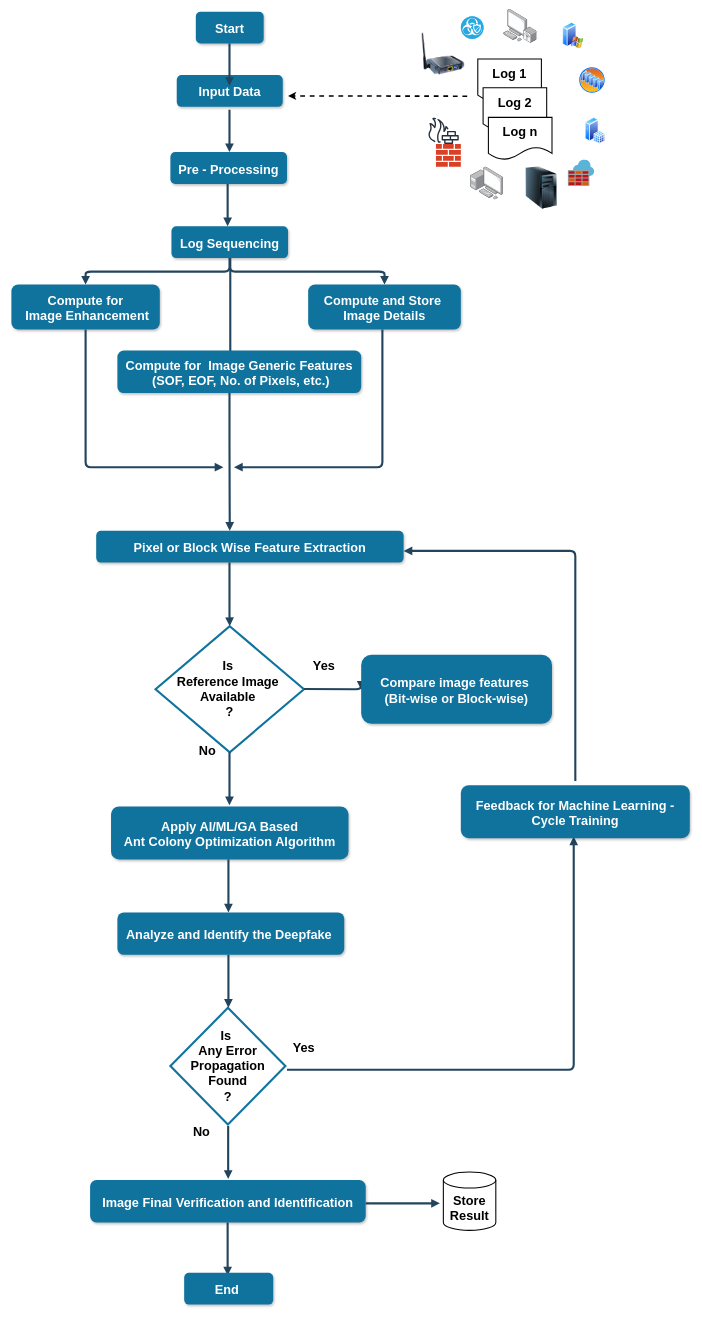
Before: Figure 2.drawio in Sjbill/Vishal-Deepfake-Dataset, a draw.io diagram. Source tidied: cells renumbered, new cells numbered last; positions are measured from the earlier drawing's top-left corner, leaving out a move shared by most shapes. Both pictures are drawn from the tidied source at 53%, with x=0, y=0 at pixel (11, 9).
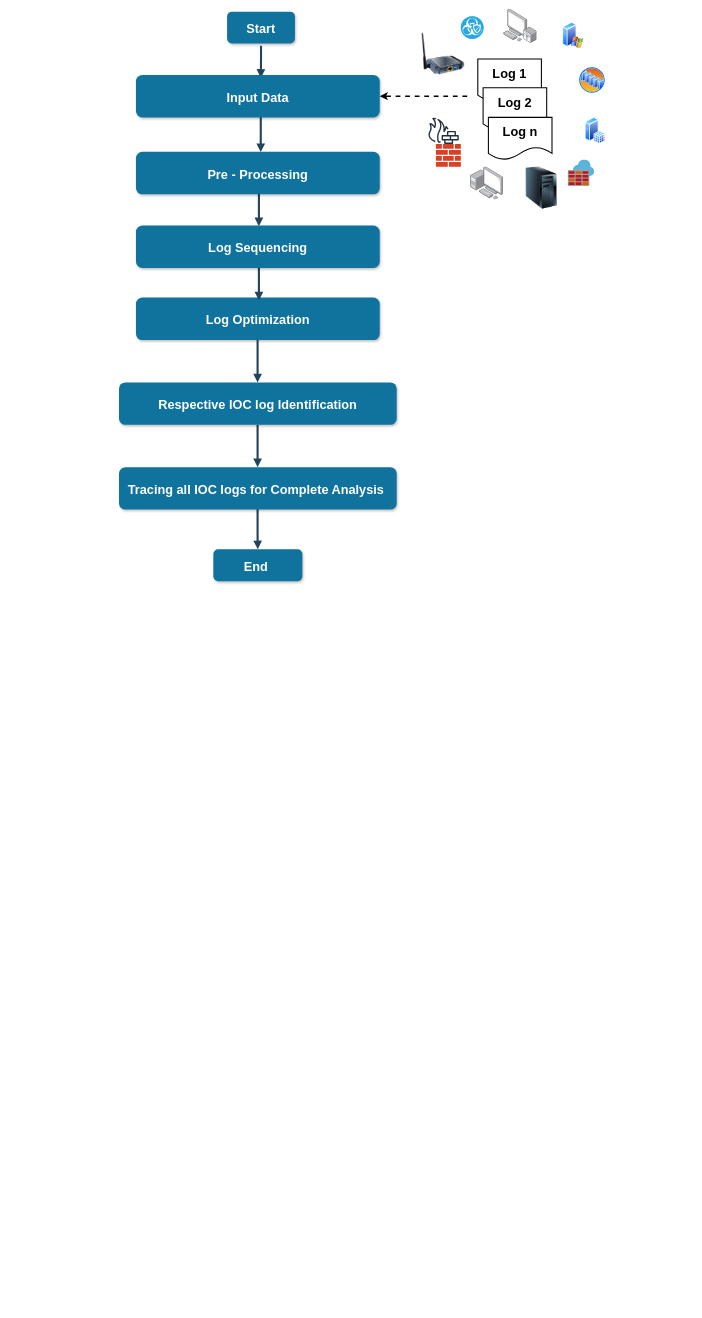
The same diagram, later.

What changed in the source:
```diff
@@
-    <mxCell id="2" value="Pre - Processing" style="rounded=1;fillColor=#10739E;strokeColor=none;shadow=1;gradientColor=none;fontStyle=1;fontColor=#FFFFFF;fontSize=24;" parent="1" vertex="1">
-      <mxGeometry x="300" y="269.5" width="220" height="60" as="geometry" />
-    </mxCell>
-    <mxCell id="3" value="Log Sequencing" style="rounded=1;fillColor=#10739E;strokeColor=none;shadow=1;gradientColor=none;fontStyle=1;fontColor=#FFFFFF;fontSize=24;" parent="1" vertex="1">
-      <mxGeometry x="302" y="409.5" width="220" height="60" as="geometry" />
-    </mxCell>
-    <mxCell id="4" value="Compute for&#10; Image Enhancement" style="rounded=1;fillColor=#10739E;strokeColor=none;shadow=1;gradientColor=none;fontStyle=1;fontColor=#FFFFFF;fontSize=24;" parent="1" vertex="1">
-      <mxGeometry y="519.5" width="280" height="84.5" as="geometry" />
-    </mxCell>
-    <mxCell id="5" value="Compute and Store &#10;Image Details" style="rounded=1;fillColor=#10739E;strokeColor=none;shadow=1;gradientColor=none;fontStyle=1;fontColor=#FFFFFF;fontSize=24;" parent="1" vertex="1">
-      <mxGeometry x="560" y="519.5" width="288" height="84.5" as="geometry" />
-    </mxCell>
-    <mxCell id="6" style="edgeStyle=elbowEdgeStyle;elbow=vertical;strokeWidth=4;endArrow=block;endFill=1;fontStyle=1;strokeColor=#23445D;fontSize=24;" parent="1" edge="1" source="3" target="5">
-      <mxGeometry x="22" y="165.5" as="geometry" />
-    </mxCell>
-    <mxCell id="7" style="edgeStyle=elbowEdgeStyle;elbow=vertical;strokeWidth=4;endArrow=block;endFill=1;fontStyle=1;strokeColor=#23445D;fontSize=24;" parent="1" edge="1">
-      <mxGeometry x="22" y="165.5" as="geometry">
-        <mxPoint x="413" y="469.5" as="sourcePoint" />
-        <mxPoint x="413" y="664" as="targetPoint" />
-        <Array as="points">
-          <mxPoint x="293" y="619.5" />
-        </Array>
-      </mxGeometry>
-    </mxCell>
@@
-    <mxCell id="10" style="endArrow=classic;html=1;rounded=0;entryX=1;entryY=0.5;entryDx=0;entryDy=0;dashed=1;strokeWidth=3;fontSize=24;" parent="1" edge="1">
+    <mxCell id="10" style="endArrow=classic;html=1;rounded=0;dashed=1;strokeWidth=3;fontSize=24;entryX=1;entryY=0.5;entryDx=0;entryDy=0;" parent="1" edge="1" target="11">
       <mxGeometry relative="1" as="geometry">
         <mxPoint x="860" y="164" as="sourcePoint" />
-        <mxPoint x="522" y="163.5" as="targetPoint" />
       </mxGeometry>
     </mxCell>
-    <mxCell id="11" value="Input Data" style="rounded=1;fillColor=#10739E;strokeColor=none;shadow=1;gradientColor=none;fontStyle=1;fontColor=#FFFFFF;fontSize=24;" parent="1" vertex="1">
-      <mxGeometry x="312" y="124" width="200" height="60" as="geometry" />
-    </mxCell>
     <mxCell id="12" style="edgeStyle=elbowEdgeStyle;elbow=vertical;strokeWidth=4;endArrow=block;endFill=1;fontStyle=1;strokeColor=#23445D;fontSize=24;" parent="1" edge="1">
       <mxGeometry x="22" y="165.5" as="geometry">
-        <mxPoint x="411.5" y="189.5" as="sourcePoint" />
-        <mxPoint x="411.5" y="269.5" as="targetPoint" />
+        <mxPoint x="470.5" y="189.5" as="sourcePoint" />
+        <mxPoint x="470.5" y="269.5" as="targetPoint" />
       </mxGeometry>
     </mxCell>
     <mxCell id="13" value="Start" style="rounded=1;fillColor=#10739E;strokeColor=none;shadow=1;gradientColor=none;fontStyle=1;fontColor=#FFFFFF;fontSize=24;" parent="1" vertex="1">
-      <mxGeometry x="348" y="4.5" width="128" height="60" as="geometry" />
+      <mxGeometry x="407" y="4.5" width="128" height="60" as="geometry" />
     </mxCell>
     <mxCell id="14" style="edgeStyle=elbowEdgeStyle;elbow=vertical;strokeWidth=4;endArrow=block;endFill=1;fontStyle=1;strokeColor=#23445D;fontSize=24;" parent="1" edge="1">
       <mxGeometry x="22" y="165.5" as="geometry">
-        <mxPoint x="411.5" y="64.5" as="sourcePoint" />
-        <mxPoint x="411.5" y="144.5" as="targetPoint" />
+        <mxPoint x="471" y="69" as="sourcePoint" />
+        <mxPoint x="470.5" y="129.5" as="targetPoint" />
       </mxGeometry>
     </mxCell>
-    <mxCell id="15" style="edgeStyle=elbowEdgeStyle;elbow=vertical;strokeWidth=4;endArrow=block;endFill=1;fontStyle=1;strokeColor=#23445D;entryX=0.5;entryY=0;entryDx=0;entryDy=0;exitX=0.5;exitY=1;exitDx=0;exitDy=0;fontSize=24;" parent="1" edge="1" source="3" target="4">
-      <mxGeometry x="22" y="165.5" as="geometry" />
-    </mxCell>
-    <mxCell id="16" value="Compute for  Image Generic Features&#10; (SOF, EOF, No. of Pixels, etc.)" style="rounded=1;fillColor=#10739E;strokeColor=none;shadow=1;gradientColor=none;fontStyle=1;fontColor=#FFFFFF;fontSize=24;" parent="1" vertex="1">
-      <mxGeometry x="200" y="644" width="460" height="80" as="geometry" />
+    <mxCell id="16" value="Log Optimization" style="rounded=1;fillColor=#10739E;strokeColor=none;shadow=1;gradientColor=none;fontStyle=1;fontColor=#FFFFFF;fontSize=24;" parent="1" vertex="1">
+      <mxGeometry x="235" y="544" width="460" height="80" as="geometry" />
     </mxCell>
-    <mxCell id="17" style="edgeStyle=elbowEdgeStyle;elbow=vertical;strokeWidth=4;endArrow=block;endFill=1;fontStyle=1;strokeColor=#23445D;fontSize=24;" parent="1" edge="1">
-      <mxGeometry x="22" y="165.5" as="geometry">
-        <mxPoint x="140" y="604" as="sourcePoint" />
-        <mxPoint x="400" y="864" as="targetPoint" />
-        <Array as="points">
-          <mxPoint x="220" y="864" />
-        </Array>
-      </mxGeometry>
-    </mxCell>
-    <mxCell id="18" style="edgeStyle=elbowEdgeStyle;elbow=vertical;strokeWidth=4;endArrow=block;endFill=1;fontStyle=1;strokeColor=#23445D;fontSize=24;" parent="1" edge="1">
-      <mxGeometry x="22" y="165.5" as="geometry">
-        <mxPoint x="411.5" y="724" as="sourcePoint" />
-        <mxPoint x="412" y="984" as="targetPoint" />
-        <Array as="points">
-          <mxPoint x="400" y="824" />
-        </Array>
-      </mxGeometry>
-    </mxCell>
-    <mxCell id="19" style="edgeStyle=elbowEdgeStyle;elbow=vertical;strokeWidth=4;endArrow=block;endFill=1;fontStyle=1;strokeColor=#23445D;fontSize=24;" parent="1" edge="1">
-      <mxGeometry x="22" y="165.5" as="geometry">
-        <mxPoint x="700" y="604" as="sourcePoint" />
-        <mxPoint x="420" y="864" as="targetPoint" />
-        <Array as="points">
-          <mxPoint x="778" y="864" />
-        </Array>
-      </mxGeometry>
-    </mxCell>
-    <mxCell id="20" value="Pixel or Block Wise Feature Extraction" style="rounded=1;fillColor=#10739E;strokeColor=none;shadow=1;gradientColor=none;fontStyle=1;fontColor=#FFFFFF;fontSize=24;" parent="1" vertex="1">
-      <mxGeometry x="160" y="984" width="580" height="60" as="geometry" />
-    </mxCell>
     <mxCell id="21" style="edgeStyle=elbowEdgeStyle;elbow=vertical;strokeWidth=4;endArrow=block;endFill=1;fontStyle=1;strokeColor=#23445D;fontSize=24;" parent="1" edge="1">
       <mxGeometry x="22" y="165.5" as="geometry">
-        <mxPoint x="411.5" y="1044" as="sourcePoint" />
-        <mxPoint x="412" y="1164" as="targetPoint" />
+        <mxPoint x="464.5" y="899" as="sourcePoint" />
+        <mxPoint x="465" y="1019" as="targetPoint" />
         <Array as="points">
-          <mxPoint x="400" y="1144" />
+          <mxPoint x="453" y="999" />
         </Array>
       </mxGeometry>
     </mxCell>
-    <mxCell id="22" value="&lt;b style=&quot;font-size: 24px;&quot;&gt;Is&amp;nbsp;&lt;/b&gt;&lt;div style=&quot;font-size: 24px;&quot;&gt;&lt;b style=&quot;font-size: 24px;&quot;&gt;Reference Image&amp;nbsp;&lt;/b&gt;&lt;/div&gt;&lt;div style=&quot;font-size: 24px;&quot;&gt;&lt;b style=&quot;font-size: 24px;&quot;&gt;Available&amp;nbsp;&lt;/b&gt;&lt;/div&gt;&lt;div style=&quot;font-size: 24px;&quot;&gt;&lt;b style=&quot;font-size: 24px;&quot;&gt;?&lt;/b&gt;&lt;/div&gt;" style="rhombus;whiteSpace=wrap;html=1;strokeWidth=4;strokeColor=#10739E;fontSize=24;" parent="1" vertex="1">
-      <mxGeometry x="272" y="1164" width="280" height="238" as="geometry" />
-    </mxCell>
-    <mxCell id="23" style="edgeStyle=elbowEdgeStyle;elbow=vertical;strokeWidth=4;endArrow=block;endFill=1;fontStyle=1;strokeColor=#23445D;fontSize=24;" parent="1" edge="1">
-      <mxGeometry x="22" y="165.5" as="geometry">
-        <mxPoint x="552" y="1282.5" as="sourcePoint" />
-        <mxPoint x="660" y="1284" as="targetPoint" />
-      </mxGeometry>
-    </mxCell>
-    <mxCell id="24" value="Compare image features &#10;(Bit-wise or Block-wise)" style="rounded=1;fillColor=#10739E;strokeColor=none;shadow=1;gradientColor=none;fontStyle=1;fontColor=#FFFFFF;fontSize=24;" parent="1" vertex="1">
-      <mxGeometry x="660" y="1218" width="360" height="130" as="geometry" />
-    </mxCell>
-    <mxCell id="25" value="&lt;b style=&quot;font-size: 24px;&quot;&gt;Yes&lt;/b&gt;" style="text;html=1;align=center;verticalAlign=middle;whiteSpace=wrap;rounded=0;fontSize=24;" parent="1" vertex="1">
-      <mxGeometry x="560" y="1224" width="60" height="30" as="geometry" />
-    </mxCell>
-    <mxCell id="26" style="edgeStyle=elbowEdgeStyle;elbow=vertical;strokeWidth=4;endArrow=block;endFill=1;fontStyle=1;strokeColor=#23445D;fontSize=24;" parent="1" edge="1">
-      <mxGeometry x="22" y="165.5" as="geometry">
-        <mxPoint x="411.5" y="1402" as="sourcePoint" />
-        <mxPoint x="411.5" y="1502" as="targetPoint" />
-      </mxGeometry>
-    </mxCell>
-    <mxCell id="27" value="&lt;b style=&quot;font-size: 24px;&quot;&gt;No&lt;/b&gt;" style="text;html=1;align=center;verticalAlign=middle;whiteSpace=wrap;rounded=0;fontSize=24;" parent="1" vertex="1">
-      <mxGeometry x="340" y="1384" width="60" height="30" as="geometry" />
-    </mxCell>
-    <mxCell id="28" value="Apply AI/ML/GA Based&#10;Ant Colony Optimization Algorithm" style="rounded=1;fillColor=#10739E;strokeColor=none;shadow=1;gradientColor=none;fontStyle=1;fontColor=#FFFFFF;fontSize=24;" parent="1" vertex="1">
-      <mxGeometry x="188" y="1504" width="448" height="100" as="geometry" />
-    </mxCell>
-    <mxCell id="29" style="edgeStyle=elbowEdgeStyle;elbow=vertical;strokeWidth=4;endArrow=block;endFill=1;fontStyle=1;strokeColor=#23445D;fontSize=24;" parent="1" edge="1">
-      <mxGeometry x="22" y="165.5" as="geometry">
-        <mxPoint x="409.5" y="1604" as="sourcePoint" />
-        <mxPoint x="409.5" y="1704" as="targetPoint" />
-      </mxGeometry>
-    </mxCell>
-    <mxCell id="30" value="Analyze and Identify the Deepfake " style="rounded=1;fillColor=#10739E;strokeColor=none;shadow=1;gradientColor=none;fontStyle=1;fontColor=#FFFFFF;fontSize=24;" parent="1" vertex="1">
-      <mxGeometry x="200" y="1704" width="428" height="80" as="geometry" />
-    </mxCell>
-    <mxCell id="31" value="&lt;b style=&quot;font-size: 24px;&quot;&gt;Is&amp;nbsp;&lt;/b&gt;&lt;div style=&quot;font-size: 24px;&quot;&gt;&lt;b style=&quot;font-size: 24px;&quot;&gt;Any Error Propagation&lt;/b&gt;&lt;/div&gt;&lt;div style=&quot;font-size: 24px;&quot;&gt;&lt;b style=&quot;font-size: 24px;&quot;&gt;Found&lt;/b&gt;&lt;/div&gt;&lt;div style=&quot;font-size: 24px;&quot;&gt;&lt;b style=&quot;font-size: 24px;&quot;&gt;?&lt;/b&gt;&lt;/div&gt;" style="rhombus;whiteSpace=wrap;html=1;strokeWidth=4;strokeColor=#10739E;fontSize=24;" parent="1" vertex="1">
-      <mxGeometry x="300" y="1884" width="217" height="220" as="geometry" />
-    </mxCell>
-    <mxCell id="32" style="edgeStyle=elbowEdgeStyle;elbow=vertical;strokeWidth=4;endArrow=block;endFill=1;fontStyle=1;strokeColor=#23445D;fontSize=24;" parent="1" edge="1">
-      <mxGeometry x="22" y="165.5" as="geometry">
-        <mxPoint x="409" y="2107" as="sourcePoint" />
-        <mxPoint x="409" y="2207" as="targetPoint" />
-      </mxGeometry>
-    </mxCell>
-    <mxCell id="33" style="edgeStyle=elbowEdgeStyle;elbow=vertical;strokeWidth=4;endArrow=block;endFill=1;fontStyle=1;strokeColor=#23445D;fontSize=24;" parent="1" edge="1">
-      <mxGeometry x="22" y="165.5" as="geometry">
-        <mxPoint x="409.5" y="1784" as="sourcePoint" />
-        <mxPoint x="409.5" y="1884" as="targetPoint" />
-      </mxGeometry>
-    </mxCell>
-    <mxCell id="34" value="&lt;b style=&quot;font-size: 24px;&quot;&gt;Yes&lt;/b&gt;" style="text;html=1;align=center;verticalAlign=middle;whiteSpace=wrap;rounded=0;fontSize=24;" parent="1" vertex="1">
-      <mxGeometry x="522" y="1944" width="60" height="30" as="geometry" />
-    </mxCell>
-    <mxCell id="35" value="&lt;b style=&quot;font-size: 24px;&quot;&gt;No&lt;/b&gt;" style="text;html=1;align=center;verticalAlign=middle;whiteSpace=wrap;rounded=0;fontSize=24;" parent="1" vertex="1">
-      <mxGeometry x="329" y="2104" width="60" height="30" as="geometry" />
-    </mxCell>
-    <mxCell id="36" style="edgeStyle=elbowEdgeStyle;elbow=vertical;strokeWidth=4;endArrow=block;endFill=1;fontStyle=1;strokeColor=#23445D;entryX=0.5;entryY=1;entryDx=0;entryDy=0;fontSize=24;" parent="1" edge="1">
-      <mxGeometry x="22" y="165.5" as="geometry">
-        <mxPoint x="520" y="2001" as="sourcePoint" />
-        <mxPoint x="1061" y="1561" as="targetPoint" />
-        <Array as="points">
-          <mxPoint x="797" y="2001" />
-        </Array>
-      </mxGeometry>
-    </mxCell>
-    <mxCell id="37" value="Feedback for Machine Learning -&#10; Cycle Training " style="rounded=1;fillColor=#10739E;strokeColor=none;shadow=1;gradientColor=none;fontStyle=1;fontColor=#FFFFFF;fontSize=24;" parent="1" vertex="1">
-      <mxGeometry x="848" y="1464" width="432" height="100" as="geometry" />
-    </mxCell>
-    <mxCell id="38" style="edgeStyle=elbowEdgeStyle;elbow=vertical;strokeWidth=4;endArrow=block;endFill=1;fontStyle=1;strokeColor=#23445D;fontSize=24;" parent="1" edge="1">
-      <mxGeometry x="22" y="165.5" as="geometry">
-        <mxPoint x="1064" y="1456" as="sourcePoint" />
-        <mxPoint x="740" y="1022" as="targetPoint" />
-        <Array as="points">
-          <mxPoint x="856" y="1022" />
-        </Array>
-      </mxGeometry>
-    </mxCell>
-    <mxCell id="39" value="Image Final Verification and Identification" style="rounded=1;fillColor=#10739E;strokeColor=none;shadow=1;gradientColor=none;fontStyle=1;fontColor=#FFFFFF;fontSize=24;" parent="1" vertex="1">
-      <mxGeometry x="148.5" y="2209" width="520" height="80" as="geometry" />
-    </mxCell>
-    <mxCell id="40" style="edgeStyle=elbowEdgeStyle;elbow=vertical;strokeWidth=4;endArrow=block;endFill=1;fontStyle=1;strokeColor=#23445D;fontSize=24;" parent="1" edge="1">
-      <mxGeometry x="22" y="165.5" as="geometry">
-        <mxPoint x="668.5" y="2253" as="sourcePoint" />
-        <mxPoint x="808.5" y="2253" as="targetPoint" />
-      </mxGeometry>
-    </mxCell>
-    <mxCell id="41" value="&lt;b style=&quot;font-size: 24px;&quot;&gt;Store Result&lt;/b&gt;" style="shape=cylinder3;whiteSpace=wrap;html=1;boundedLbl=1;backgroundOutline=1;size=15;strokeWidth=2;fontSize=24;" parent="1" vertex="1">
-      <mxGeometry x="815" y="2194" width="99" height="110" as="geometry" />
-    </mxCell>
-    <mxCell id="42" style="edgeStyle=elbowEdgeStyle;elbow=vertical;strokeWidth=4;endArrow=block;endFill=1;fontStyle=1;strokeColor=#23445D;fontSize=24;" parent="1" edge="1">
-      <mxGeometry x="22" y="165.5" as="geometry">
-        <mxPoint x="408" y="2289" as="sourcePoint" />
-        <mxPoint x="408" y="2389" as="targetPoint" />
-      </mxGeometry>
-    </mxCell>
     <mxCell id="43" value="End " style="rounded=1;fillColor=#10739E;strokeColor=none;shadow=1;gradientColor=none;fontStyle=1;fontColor=#FFFFFF;fontSize=24;" parent="1" vertex="1">
-      <mxGeometry x="326" y="2384" width="168" height="60" as="geometry" />
+      <mxGeometry x="381" y="1019" width="168" height="60" as="geometry" />
     </mxCell>
@@
     <mxCell id="56" style="edgeStyle=elbowEdgeStyle;elbow=vertical;strokeWidth=4;endArrow=block;endFill=1;fontStyle=1;strokeColor=#23445D;fontSize=24;" parent="1" edge="1">
       <mxGeometry x="22" y="165.5" as="geometry">
-        <mxPoint x="408" y="329.5" as="sourcePoint" />
-        <mxPoint x="408" y="409.5" as="targetPoint" />
+        <mxPoint x="467" y="329.5" as="sourcePoint" />
+        <mxPoint x="467" y="409.5" as="targetPoint" />
       </mxGeometry>
     </mxCell>
+    <mxCell id="57" style="edgeStyle=elbowEdgeStyle;elbow=vertical;strokeWidth=4;endArrow=block;endFill=1;fontStyle=1;strokeColor=#23445D;fontSize=24;" parent="1" edge="1">
+      <mxGeometry x="22" y="165.5" as="geometry">
+        <mxPoint x="467" y="469.5" as="sourcePoint" />
+        <mxPoint x="467" y="549.5" as="targetPoint" />
+      </mxGeometry>
+    </mxCell>
+    <mxCell id="58" style="edgeStyle=elbowEdgeStyle;elbow=vertical;strokeWidth=4;endArrow=block;endFill=1;fontStyle=1;strokeColor=#23445D;fontSize=24;" parent="1" edge="1">
+      <mxGeometry x="22" y="165.5" as="geometry">
+        <mxPoint x="464.5" y="624" as="sourcePoint" />
+        <mxPoint x="464.5" y="704" as="targetPoint" />
+      </mxGeometry>
+    </mxCell>
+    <mxCell id="59" style="edgeStyle=elbowEdgeStyle;elbow=vertical;strokeWidth=4;endArrow=block;endFill=1;fontStyle=1;strokeColor=#23445D;fontSize=24;" parent="1" edge="1">
+      <mxGeometry x="22" y="165.5" as="geometry">
+        <mxPoint x="464.5" y="784" as="sourcePoint" />
+        <mxPoint x="464.5" y="864" as="targetPoint" />
+      </mxGeometry>
+    </mxCell>
+    <mxCell id="60" value="Tracing all IOC logs for Complete Analysis " style="rounded=1;fillColor=#10739E;strokeColor=none;shadow=1;gradientColor=none;fontStyle=1;fontColor=#FFFFFF;fontSize=24;" parent="1" vertex="1">
+      <mxGeometry x="203" y="864" width="524" height="80" as="geometry" />
+    </mxCell>
+    <mxCell id="61" value="Respective IOC log Identification" style="rounded=1;fillColor=#10739E;strokeColor=none;shadow=1;gradientColor=none;fontStyle=1;fontColor=#FFFFFF;fontSize=24;" parent="1" vertex="1">
+      <mxGeometry x="203" y="704" width="524" height="80" as="geometry" />
+    </mxCell>
+    <mxCell id="3" value="Log Sequencing" style="rounded=1;fillColor=#10739E;strokeColor=none;shadow=1;gradientColor=none;fontStyle=1;fontColor=#FFFFFF;fontSize=24;" parent="1" vertex="1">
+      <mxGeometry x="235" y="408" width="460" height="80" as="geometry" />
+    </mxCell>
+    <mxCell id="2" value="Pre - Processing" style="rounded=1;fillColor=#10739E;strokeColor=none;shadow=1;gradientColor=none;fontStyle=1;fontColor=#FFFFFF;fontSize=24;" parent="1" vertex="1">
+      <mxGeometry x="235" y="269" width="460" height="80" as="geometry" />
+    </mxCell>
+    <mxCell id="11" value="Input Data" style="rounded=1;fillColor=#10739E;strokeColor=none;shadow=1;gradientColor=none;fontStyle=1;fontColor=#FFFFFF;fontSize=24;" parent="1" vertex="1">
+      <mxGeometry x="235" y="124" width="460" height="80" as="geometry" />
+    </mxCell>
```
